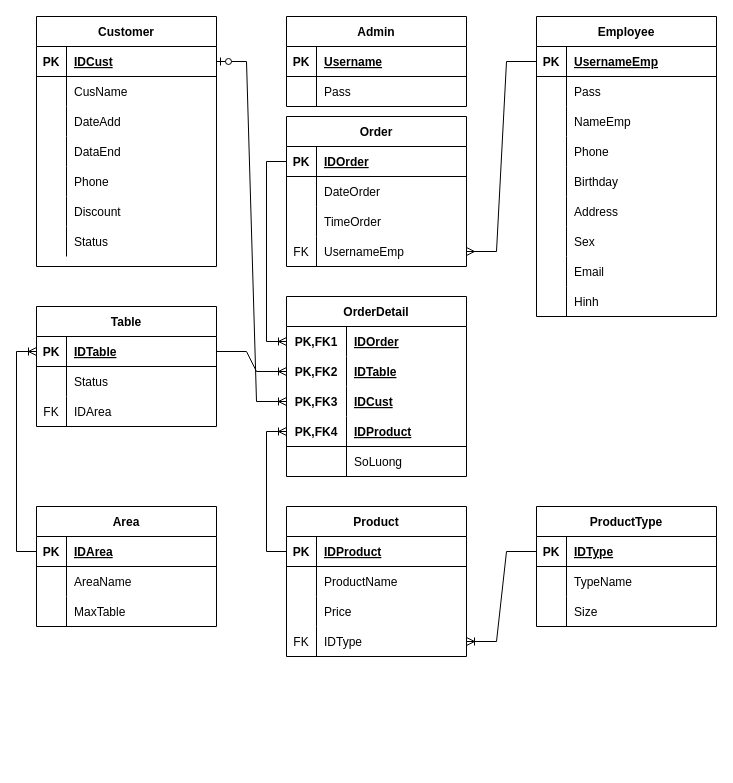
manhpdph15069/Coffee_QL_Sanfrancisco keeps this draw.io diagram as page "HT" (1 of 2) of Img/ERD_QL_Coffee.drawio. Above is the earlier version. Source tidied: cells renumbered, new cells numbered last; positions are measured from the earlier drawing's top-left corner, leaving out a move shared by most shapes. Both pictures are drawn from the tidied source at 100%, with x=0, y=0 at pixel (16, 16).
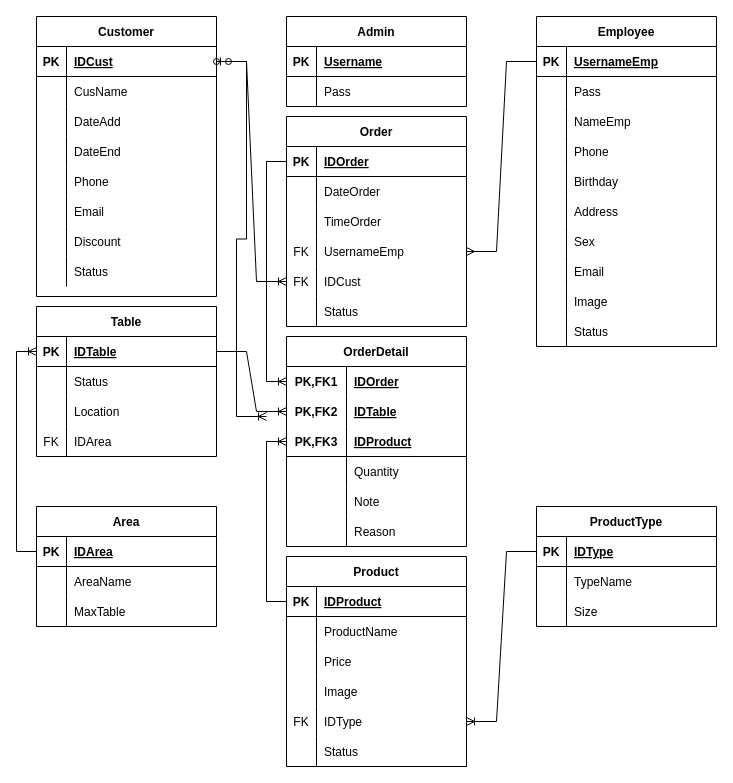
The same page after the edit.

Unchanged cells that the change refers to:
```xml
<mxCell id="27" style="shape=partialRectangle;fillColor=none;top=0;left=0;bottom=0;right=0;" parent="2" vertex="1">
  <mxGeometry y="270" width="180" height="30" as="geometry" />
</mxCell>
<mxCell id="116" style="shape=partialRectangle;fillColor=none;top=0;left=0;bottom=1;right=0;points=[[0,0.5],[1,0.5]];portConstraint=eastwest;" parent="115" vertex="1">
  <mxGeometry y="30" width="180" height="30" as="geometry" />
</mxCell>
<mxCell id="125" style="shape=partialRectangle;fillColor=none;top=0;left=0;bottom=0;right=0;" parent="115" vertex="1">
  <mxGeometry y="120" width="180" height="30" as="geometry" />
</mxCell>
```

Diff of the diagram source:
```diff
@@
     <mxCell id="2" value="Employee" style="shape=table;startSize=30;childLayout=tableLayout;rowLines=0;fontStyle=1;align=center;" parent="1" vertex="1">
-      <mxGeometry x="520" width="180" height="300" as="geometry" />
+      <mxGeometry x="520" width="180" height="330" as="geometry" />
     </mxCell>
@@
-    <mxCell id="29" value="Hinh" style="shape=partialRectangle;fillColor=none;top=0;left=0;bottom=0;right=0;align=left;spacingLeft=6;overflow=hidden;" parent="27" vertex="1">
+    <mxCell id="29" value="Image" style="shape=partialRectangle;fillColor=none;top=0;left=0;bottom=0;right=0;align=left;spacingLeft=6;overflow=hidden;" parent="27" vertex="1">
       <mxGeometry x="30" width="150" height="30" as="geometry" />
     </mxCell>
+    <mxCell id="138" style="shape=partialRectangle;fillColor=none;top=0;left=0;bottom=0;right=0;" parent="2" vertex="1">
+      <mxGeometry y="300" width="180" height="30" as="geometry" />
+    </mxCell>
+    <mxCell id="139" style="shape=partialRectangle;fillColor=none;top=0;left=0;bottom=0;right=0;overflow=hidden;" parent="138" vertex="1">
+      <mxGeometry width="30" height="30" as="geometry" />
+    </mxCell>
+    <mxCell id="140" value="Status" style="shape=partialRectangle;fillColor=none;top=0;left=0;bottom=0;right=0;align=left;spacingLeft=6;overflow=hidden;" parent="138" vertex="1">
+      <mxGeometry x="30" width="150" height="30" as="geometry" />
+    </mxCell>
     <mxCell id="30" value="Order" style="shape=table;startSize=30;childLayout=tableLayout;rowLines=0;fontStyle=1;align=center;" parent="1" vertex="1">
-      <mxGeometry x="270" y="100" width="180" height="150" as="geometry" />
+      <mxGeometry x="270" y="100" width="180" height="210" as="geometry" />
     </mxCell>
@@
+    <mxCell id="141" style="shape=partialRectangle;fillColor=none;top=0;left=0;bottom=0;right=0;points=[[0,0.5],[1,0.5]];portConstraint=eastwest;" parent="30" vertex="1">
+      <mxGeometry y="150" width="180" height="30" as="geometry" />
+    </mxCell>
+    <mxCell id="142" value="FK" style="shape=partialRectangle;fillColor=none;top=0;left=0;bottom=0;right=0;overflow=hidden;" parent="141" vertex="1">
+      <mxGeometry width="30" height="30" as="geometry" />
+    </mxCell>
+    <mxCell id="52" value="IDCust" style="shape=partialRectangle;fillColor=none;top=0;left=0;bottom=0;right=0;align=left;spacingLeft=6;overflow=hidden;" parent="141" vertex="1">
+      <mxGeometry x="30" width="150" height="30" as="geometry" />
+    </mxCell>
+    <mxCell id="143" style="shape=partialRectangle;fillColor=none;top=0;left=0;bottom=0;right=0;" parent="30" vertex="1">
+      <mxGeometry y="180" width="180" height="30" as="geometry" />
+    </mxCell>
+    <mxCell id="144" style="shape=partialRectangle;fillColor=none;top=0;left=0;bottom=0;right=0;overflow=hidden;" parent="143" vertex="1">
+      <mxGeometry width="30" height="30" as="geometry" />
+    </mxCell>
+    <mxCell id="145" value="Status" style="shape=partialRectangle;fillColor=none;top=0;left=0;bottom=0;right=0;align=left;spacingLeft=6;overflow=hidden;" parent="143" vertex="1">
+      <mxGeometry x="30" width="150" height="30" as="geometry" />
+    </mxCell>
     <mxCell id="43" value="OrderDetail" style="shape=table;startSize=30;childLayout=tableLayout;rowLines=0;fontStyle=1;align=center;" parent="1" vertex="1">
-      <mxGeometry x="270" y="280" width="180" height="180" as="geometry" />
+      <mxGeometry x="270" y="320" width="180" height="210" as="geometry" />
     </mxCell>
@@
-    <mxCell id="50" style="shape=partialRectangle;fillColor=none;top=0;left=0;bottom=0;right=0;points=[[0,0.5],[1,0.5]];portConstraint=eastwest;" parent="43" vertex="1">
-      <mxGeometry y="90" width="180" height="30" as="geometry" />
-    </mxCell>
-    <mxCell id="51" value="PK,FK3" style="shape=partialRectangle;fillColor=none;top=0;left=0;bottom=0;right=0;fontStyle=1;overflow=hidden;" parent="50" vertex="1">
-      <mxGeometry width="60" height="30" as="geometry" />
-    </mxCell>
-    <mxCell id="52" value="IDCust" style="shape=partialRectangle;fillColor=none;top=0;left=0;bottom=0;right=0;align=left;spacingLeft=6;fontStyle=5;overflow=hidden;" parent="50" vertex="1">
-      <mxGeometry x="60" width="120" height="30" as="geometry" />
-    </mxCell>
     <mxCell id="53" style="shape=partialRectangle;fillColor=none;top=0;left=0;bottom=1;right=0;points=[[0,0.5],[1,0.5]];portConstraint=eastwest;" parent="43" vertex="1">
-      <mxGeometry y="120" width="180" height="30" as="geometry" />
+      <mxGeometry y="90" width="180" height="30" as="geometry" />
     </mxCell>
-    <mxCell id="54" value="PK,FK4" style="shape=partialRectangle;fillColor=none;top=0;left=0;bottom=0;right=0;fontStyle=1;overflow=hidden;" parent="53" vertex="1">
+    <mxCell id="54" value="PK,FK3" style="shape=partialRectangle;fillColor=none;top=0;left=0;bottom=0;right=0;fontStyle=1;overflow=hidden;" parent="53" vertex="1">
       <mxGeometry width="60" height="30" as="geometry" />
     </mxCell>
@@
     <mxCell id="56" style="shape=partialRectangle;fillColor=none;top=0;left=0;bottom=0;right=0;" parent="43" vertex="1">
-      <mxGeometry y="150" width="180" height="30" as="geometry" />
+      <mxGeometry y="120" width="180" height="30" as="geometry" />
     </mxCell>
@@
-    <mxCell id="58" value="SoLuong" style="shape=partialRectangle;fillColor=none;top=0;left=0;bottom=0;right=0;align=left;spacingLeft=6;overflow=hidden;" parent="56" vertex="1">
+    <mxCell id="58" value="Quantity" style="shape=partialRectangle;fillColor=none;top=0;left=0;bottom=0;right=0;align=left;spacingLeft=6;overflow=hidden;" parent="56" vertex="1">
       <mxGeometry x="60" width="120" height="30" as="geometry" />
     </mxCell>
+    <mxCell id="146" style="shape=partialRectangle;fillColor=none;top=0;left=0;bottom=0;right=0;" parent="43" vertex="1">
+      <mxGeometry y="150" width="180" height="30" as="geometry" />
+    </mxCell>
+    <mxCell id="147" style="shape=partialRectangle;fillColor=none;top=0;left=0;bottom=0;right=0;overflow=hidden;" parent="146" vertex="1">
+      <mxGeometry width="60" height="30" as="geometry" />
+    </mxCell>
+    <mxCell id="148" value="Note" style="shape=partialRectangle;fillColor=none;top=0;left=0;bottom=0;right=0;align=left;spacingLeft=6;overflow=hidden;" parent="146" vertex="1">
+      <mxGeometry x="60" width="120" height="30" as="geometry" />
+    </mxCell>
+    <mxCell id="149" style="shape=partialRectangle;fillColor=none;top=0;left=0;bottom=0;right=0;" parent="43" vertex="1">
+      <mxGeometry y="180" width="180" height="30" as="geometry" />
+    </mxCell>
+    <mxCell id="150" style="shape=partialRectangle;fillColor=none;top=0;left=0;bottom=0;right=0;overflow=hidden;" parent="149" vertex="1">
+      <mxGeometry width="60" height="30" as="geometry" />
+    </mxCell>
+    <mxCell id="151" value="Reason" style="shape=partialRectangle;fillColor=none;top=0;left=0;bottom=0;right=0;align=left;spacingLeft=6;overflow=hidden;" parent="149" vertex="1">
+      <mxGeometry x="60" width="120" height="30" as="geometry" />
+    </mxCell>
     <mxCell id="59" value="Product" style="shape=table;startSize=30;childLayout=tableLayout;rowLines=0;fontStyle=1;align=center;" parent="1" vertex="1">
-      <mxGeometry x="270" y="490" width="180" height="150" as="geometry" />
+      <mxGeometry x="270" y="540" width="180" height="210" as="geometry" />
     </mxCell>
@@
+    <mxCell id="152" style="shape=partialRectangle;fillColor=none;top=0;left=0;bottom=0;right=0;" parent="59" vertex="1">
+      <mxGeometry y="120" width="180" height="30" as="geometry" />
+    </mxCell>
+    <mxCell id="153" style="shape=partialRectangle;fillColor=none;top=0;left=0;bottom=0;right=0;overflow=hidden;" parent="152" vertex="1">
+      <mxGeometry width="30" height="30" as="geometry" />
+    </mxCell>
+    <mxCell id="154" value="Image" style="shape=partialRectangle;fillColor=none;top=0;left=0;bottom=0;right=0;align=left;spacingLeft=6;overflow=hidden;" parent="152" vertex="1">
+      <mxGeometry x="30" width="150" height="30" as="geometry" />
+    </mxCell>
     <mxCell id="69" style="shape=partialRectangle;fillColor=none;top=0;left=0;bottom=0;right=0;points=[[0,0.5],[1,0.5]];portConstraint=eastwest;" parent="59" vertex="1">
-      <mxGeometry y="120" width="180" height="30" as="geometry" />
+      <mxGeometry y="150" width="180" height="30" as="geometry" />
     </mxCell>
@@
+    <mxCell id="155" style="shape=partialRectangle;fillColor=none;top=0;left=0;bottom=0;right=0;" parent="59" vertex="1">
+      <mxGeometry y="180" width="180" height="30" as="geometry" />
+    </mxCell>
+    <mxCell id="156" style="shape=partialRectangle;fillColor=none;top=0;left=0;bottom=0;right=0;overflow=hidden;" parent="155" vertex="1">
+      <mxGeometry width="30" height="30" as="geometry" />
+    </mxCell>
+    <mxCell id="157" value="Status" style="shape=partialRectangle;fillColor=none;top=0;left=0;bottom=0;right=0;align=left;spacingLeft=6;overflow=hidden;" parent="155" vertex="1">
+      <mxGeometry x="30" width="150" height="30" as="geometry" />
+    </mxCell>
@@
     <mxCell id="82" value="Table" style="shape=table;startSize=30;childLayout=tableLayout;rowLines=0;fontStyle=1;align=center;" parent="1" vertex="1">
-      <mxGeometry x="20" y="290" width="180" height="120" as="geometry" />
+      <mxGeometry x="20" y="290" width="180" height="150" as="geometry" />
     </mxCell>
@@
+    <mxCell id="50" style="shape=partialRectangle;fillColor=none;top=0;left=0;bottom=0;right=0;points=[[0,0.5],[1,0.5]];portConstraint=eastwest;" parent="82" vertex="1">
+      <mxGeometry y="90" width="180" height="30" as="geometry" />
+    </mxCell>
+    <mxCell id="158" style="shape=partialRectangle;fillColor=none;top=0;left=0;bottom=0;right=0;overflow=hidden;" parent="50" vertex="1">
+      <mxGeometry width="30" height="30" as="geometry" />
+    </mxCell>
+    <mxCell id="159" value="Location" style="shape=partialRectangle;fillColor=none;top=0;left=0;bottom=0;right=0;align=left;spacingLeft=6;overflow=hidden;" parent="50" vertex="1">
+      <mxGeometry x="30" width="150" height="30" as="geometry" />
+    </mxCell>
     <mxCell id="89" style="shape=partialRectangle;fillColor=none;top=0;left=0;bottom=0;right=0;" parent="82" vertex="1">
-      <mxGeometry y="90" width="180" height="30" as="geometry" />
+      <mxGeometry y="120" width="180" height="30" as="geometry" />
     </mxCell>
@@
     <mxCell id="115" value="Customer" style="shape=table;startSize=30;childLayout=tableLayout;rowLines=0;fontStyle=1;align=center;" parent="1" vertex="1">
-      <mxGeometry x="20" width="180" height="250" as="geometry" />
+      <mxGeometry x="20" width="180" height="280" as="geometry" />
     </mxCell>
@@
-    <mxCell id="127" value="DataEnd" style="shape=partialRectangle;fillColor=none;top=0;left=0;bottom=0;right=0;align=left;spacingLeft=6;overflow=hidden;" parent="125" vertex="1">
+    <mxCell id="127" value="DateEnd" style="shape=partialRectangle;fillColor=none;top=0;left=0;bottom=0;right=0;align=left;spacingLeft=6;overflow=hidden;" parent="125" vertex="1">
       <mxGeometry x="30" width="150" height="30" as="geometry" />
     </mxCell>
@@
+    <mxCell id="160" style="shape=partialRectangle;fillColor=none;top=0;left=0;bottom=0;right=0;" parent="115" vertex="1">
+      <mxGeometry y="180" width="180" height="30" as="geometry" />
+    </mxCell>
+    <mxCell id="161" style="shape=partialRectangle;fillColor=none;top=0;left=0;bottom=0;right=0;overflow=hidden;" parent="160" vertex="1">
+      <mxGeometry width="30" height="30" as="geometry" />
+    </mxCell>
+    <mxCell id="162" value="Email" style="shape=partialRectangle;fillColor=none;top=0;left=0;bottom=0;right=0;align=left;spacingLeft=6;overflow=hidden;" parent="160" vertex="1">
+      <mxGeometry x="30" width="150" height="30" as="geometry" />
+    </mxCell>
     <mxCell id="131" style="shape=partialRectangle;fillColor=none;top=0;left=0;bottom=0;right=0;" parent="115" vertex="1">
-      <mxGeometry y="180" width="180" height="30" as="geometry" />
+      <mxGeometry y="210" width="180" height="30" as="geometry" />
     </mxCell>
@@
     <mxCell id="134" style="shape=partialRectangle;fillColor=none;top=0;left=0;bottom=0;right=0;" parent="115" vertex="1">
-      <mxGeometry y="210" width="180" height="30" as="geometry" />
+      <mxGeometry y="240" width="180" height="30" as="geometry" />
     </mxCell>
@@
-    <mxCell id="137" style="edgeStyle=entityRelationEdgeStyle;fontSize=12;html=1;endArrow=ERoneToMany;startArrow=ERzeroToOne;rounded=0;entryX=0;entryY=0.5;entryDx=0;entryDy=0;exitX=1;exitY=0.5;exitDx=0;exitDy=0;" parent="1" edge="1" source="116" target="50">
-      <mxGeometry relative="1" as="geometry" />
+    <mxCell id="137" style="edgeStyle=entityRelationEdgeStyle;fontSize=12;html=1;endArrow=ERoneToMany;startArrow=ERzeroToOne;rounded=0;entryX=0;entryY=0.5;entryDx=0;entryDy=0;exitX=1;exitY=0.5;exitDx=0;exitDy=0;" parent="1" edge="1" source="116">
+      <mxGeometry relative="1" as="geometry">
+        <mxPoint x="250" y="400" as="targetPoint" />
+      </mxGeometry>
     </mxCell>
+    <mxCell id="163" style="edgeStyle=entityRelationEdgeStyle;fontSize=12;html=1;endArrow=ERoneToMany;rounded=0;entryX=0;entryY=0.5;entryDx=0;entryDy=0;startArrow=oval;startFill=0;" parent="1" edge="1" target="141">
+      <mxGeometry relative="1" as="geometry">
+        <mxPoint x="200" y="45" as="sourcePoint" />
+      </mxGeometry>
+    </mxCell>
```
